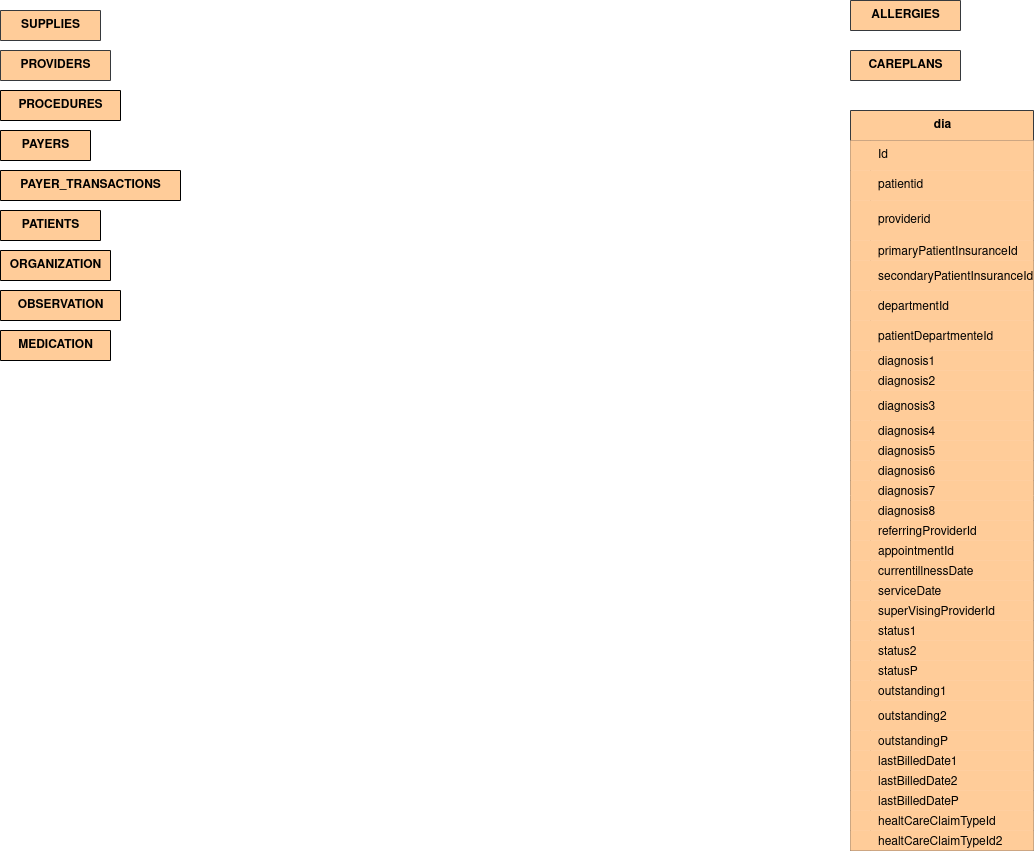
This is BigDataProject.drawio.png from UtsuroNoArashi/BigDataProject, a draw.io export, as it was before one commit. Source tidied: cells renumbered, new cells last; positions are measured from the earlier drawing's top-left corner, leaving out a move shared by most shapes.
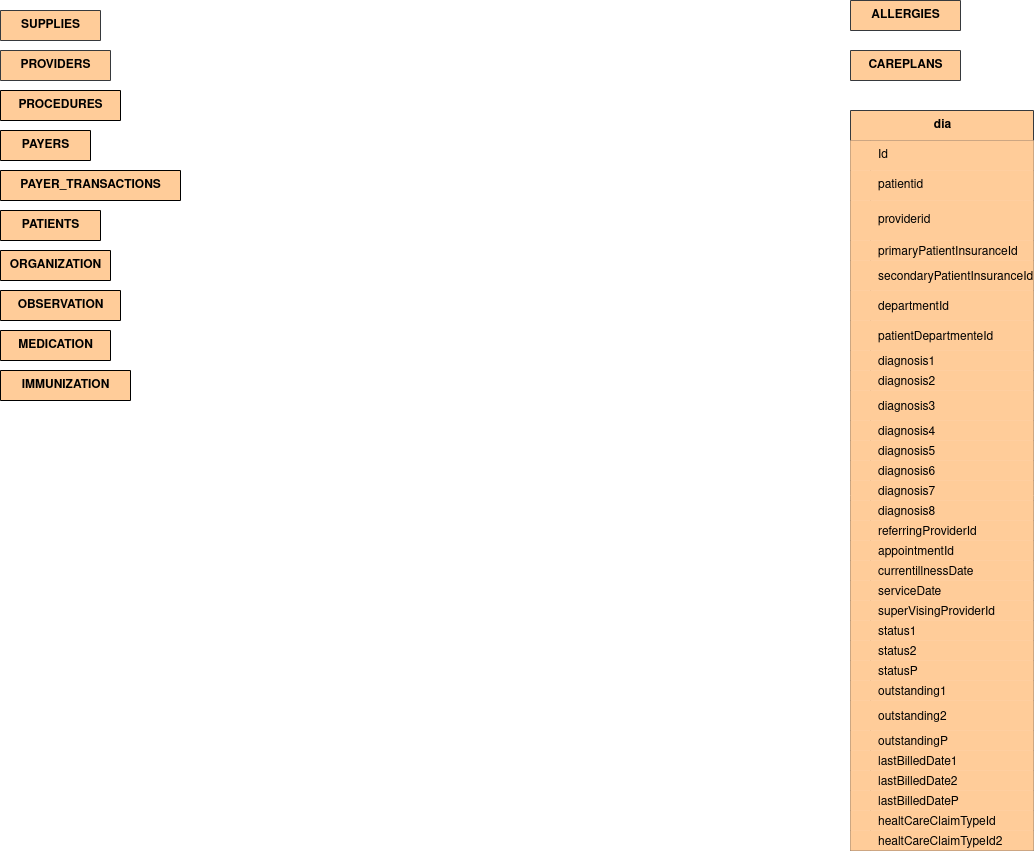
After the commit.

What changed in the source:
```diff
@@ -317,5 +317,8 @@
     <mxCell id="106" value="MEDICATION" style="shape=table;startSize=30;rowLines=0;fontStyle=1;align=center;html=1;fontColor=light-dark(#000000,#000000);fillColor=light-dark(#FFCC99,#B98351);" parent="1" vertex="1" collapsed="1">
       <mxGeometry y="330" width="110" height="30" as="geometry" />
     </mxCell>
+    <mxCell id="107" value="IMMUNIZATION" style="shape=table;startSize=30;rowLines=0;fontStyle=1;align=center;html=1;fontColor=light-dark(#000000,#000000);fillColor=light-dark(#FFCC99,#B98351);" parent="1" vertex="1" collapsed="1">
+      <mxGeometry y="370" width="130" height="30" as="geometry" />
+    </mxCell>
   </root>
 </mxGraphModel>
```
